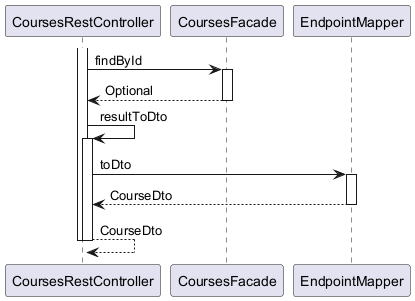
Above: ingress/documentation/html/images/Education.Courses.findCourse.puml.png.png in OlegSopilnyak/school-demo (PlantUML), before the change. Source of this version:
```plantuml
@startuml

participant CoursesRestController
participant CoursesFacade
participant EndpointMapper

activate CoursesRestController
	CoursesRestController -> CoursesFacade : findById
	activate CoursesFacade
		CoursesFacade --> CoursesRestController : Optional
	deactivate CoursesFacade
	CoursesRestController -> CoursesRestController : resultToDto
	activate CoursesRestController
		CoursesRestController -> EndpointMapper : toDto
		activate EndpointMapper
			EndpointMapper --> CoursesRestController : CourseDto
		deactivate EndpointMapper
		CoursesRestController --> CoursesRestController : CourseDto
	deactivate CoursesRestController
deactivate CoursesRestController

@enduml
```
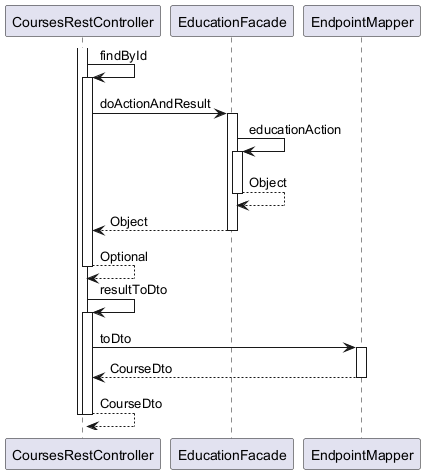
Above is the later version.

Diff of the diagram source:
```diff
@@ -1,14 +1,22 @@
 @startuml
 
 participant CoursesRestController
-participant CoursesFacade
+participant EducationFacade
 participant EndpointMapper
 
 activate CoursesRestController
-	CoursesRestController -> CoursesFacade : findById
-	activate CoursesFacade
-		CoursesFacade --> CoursesRestController : Optional
-	deactivate CoursesFacade
+	CoursesRestController -> CoursesRestController : findById
+	activate CoursesRestController
+		CoursesRestController -> EducationFacade : doActionAndResult
+		activate EducationFacade
+			EducationFacade -> EducationFacade : educationAction
+			activate EducationFacade
+				EducationFacade --> EducationFacade : Object
+			deactivate EducationFacade
+			EducationFacade --> CoursesRestController : Object
+		deactivate EducationFacade
+		CoursesRestController --> CoursesRestController : Optional
+	deactivate CoursesRestController
 	CoursesRestController -> CoursesRestController : resultToDto
 	activate CoursesRestController
 		CoursesRestController -> EndpointMapper : toDto
```
